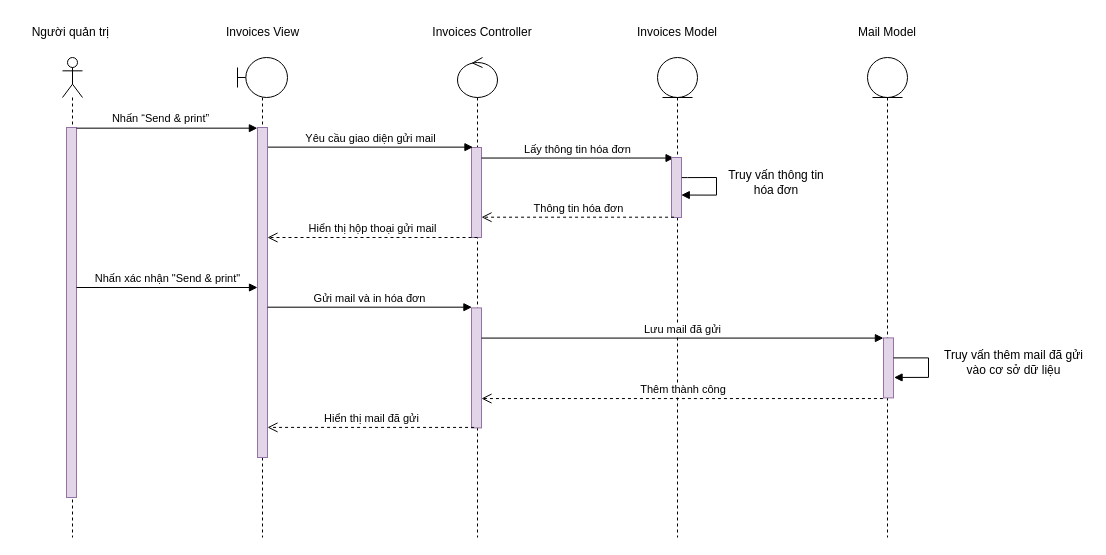
Earlier version of the draw.io diagram Nam3_HK1/CNPM_SoftTech/Sequence Diagrams/Minh Tuấn/SD_Gui&InHoaDon.drawio (EdgarIgnite16/SGU-Course). Source tidied: cells renumbered, new cells numbered last; positions are measured from the earlier drawing's top-left corner, leaving out a move shared by most shapes. Both pictures are drawn from the tidied source at 100%, with x=0, y=0 at pixel (17, 17).
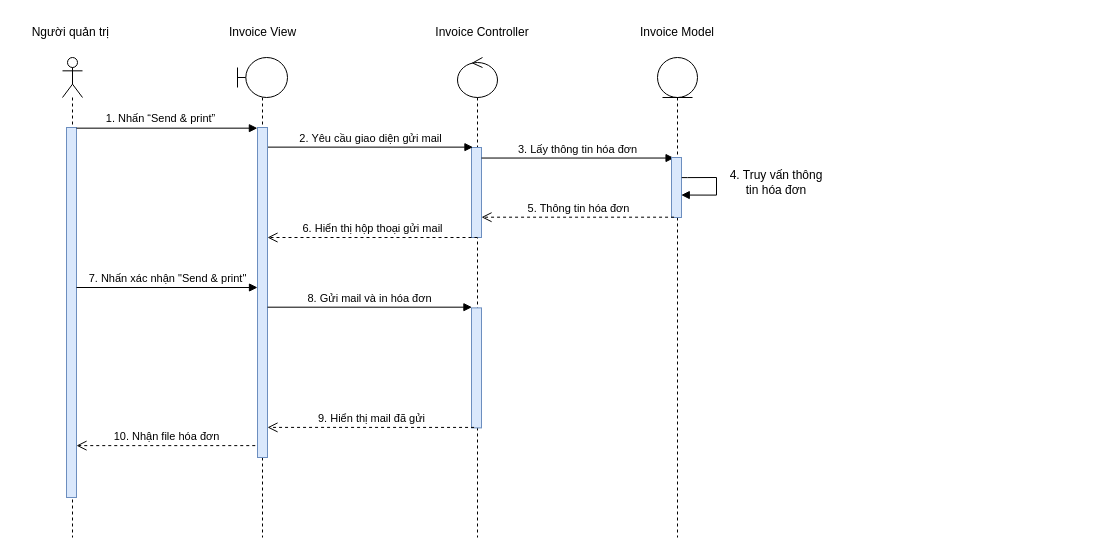
The same page after the edit.

The change refers to these unchanged cells:
```xml
<mxCell id="3" style="shape=umlLifeline;participant=umlControl;perimeter=lifelinePerimeter;whiteSpace=wrap;html=1;verticalAlign=top;spacingTop=36;" parent="1" vertex="1">
  <mxGeometry x="440" y="40" width="40" height="480" as="geometry" />
</mxCell>
<mxCell id="5" style="shape=umlLifeline;participant=umlActor;perimeter=lifelinePerimeter;whiteSpace=wrap;html=1;verticalAlign=top;spacingTop=36;" parent="1" vertex="1">
  <mxGeometry x="45" y="40" width="20" height="480" as="geometry" />
</mxCell>
<mxCell id="21" style="shape=umlLifeline;participant=umlBoundary;perimeter=lifelinePerimeter;whiteSpace=wrap;html=1;verticalAlign=top;spacingTop=36;" parent="1" vertex="1">
  <mxGeometry x="220" y="40" width="50" height="480" as="geometry" />
</mxCell>
```

The edit, as a diff of the source:
```diff
@@
-    <mxCell id="4" style="html=1;points=[];perimeter=orthogonalPerimeter;fillColor=#e1d5e7;strokeColor=#9673a6;" parent="3" vertex="1">
+    <mxCell id="4" style="html=1;points=[];perimeter=orthogonalPerimeter;fillColor=#dae8fc;strokeColor=#6c8ebf;" parent="3" vertex="1">
       <mxGeometry x="14" y="90" width="10" height="90" as="geometry" />
     </mxCell>
@@
-    <mxCell id="6" style="html=1;points=[];perimeter=orthogonalPerimeter;fillColor=#e1d5e7;strokeColor=#9673a6;" parent="5" vertex="1">
+    <mxCell id="6" style="html=1;points=[];perimeter=orthogonalPerimeter;fillColor=#dae8fc;strokeColor=#6c8ebf;" parent="5" vertex="1">
       <mxGeometry x="4" y="70" width="10" height="370" as="geometry" />
     </mxCell>
@@
-    <mxCell id="8" value="Invoices View" style="text;html=1;strokeColor=none;fillColor=none;align=center;verticalAlign=middle;whiteSpace=wrap;rounded=0;" parent="1" vertex="1">
+    <mxCell id="8" value="Invoice View" style="text;html=1;strokeColor=none;fillColor=none;align=center;verticalAlign=middle;whiteSpace=wrap;rounded=0;" parent="1" vertex="1">
       <mxGeometry x="202.5" width="85" height="30" as="geometry" />
     </mxCell>
-    <mxCell id="9" value="Invoices Controller" style="text;html=1;strokeColor=none;fillColor=none;align=center;verticalAlign=middle;whiteSpace=wrap;rounded=0;" parent="1" vertex="1">
+    <mxCell id="9" value="Invoice Controller" style="text;html=1;strokeColor=none;fillColor=none;align=center;verticalAlign=middle;whiteSpace=wrap;rounded=0;" parent="1" vertex="1">
       <mxGeometry x="410" width="110" height="30" as="geometry" />
     </mxCell>
-    <mxCell id="10" value="Invoices Model" style="text;html=1;strokeColor=none;fillColor=none;align=center;verticalAlign=middle;whiteSpace=wrap;rounded=0;" parent="1" vertex="1">
+    <mxCell id="10" value="Invoice Model" style="text;html=1;strokeColor=none;fillColor=none;align=center;verticalAlign=middle;whiteSpace=wrap;rounded=0;" parent="1" vertex="1">
       <mxGeometry x="610" width="100" height="30" as="geometry" />
     </mxCell>
-    <mxCell id="11" value="Nhấn “Send &amp;amp; print”" style="html=1;verticalAlign=bottom;endArrow=block;rounded=0;entryX=-0.01;entryY=0.002;entryDx=0;entryDy=0;entryPerimeter=0;" parent="1" edge="1" source="6" target="22">
+    <mxCell id="11" value="1. Nhấn “Send &amp;amp; print”" style="html=1;verticalAlign=bottom;endArrow=block;rounded=0;entryX=-0.01;entryY=0.002;entryDx=0;entryDy=0;entryPerimeter=0;" parent="1" edge="1" source="6" target="22">
       <mxGeometry x="-0.07" y="1" relative="1" as="geometry" />
     </mxCell>
-    <mxCell id="12" value="Yêu cầu giao diện gửi mail" style="html=1;verticalAlign=bottom;endArrow=block;rounded=0;entryX=0.145;entryY=-0.004;entryDx=0;entryDy=0;entryPerimeter=0;" parent="1" edge="1" source="22" target="4">
+    <mxCell id="12" value="2. Yêu cầu giao diện gửi mail" style="html=1;verticalAlign=bottom;endArrow=block;rounded=0;entryX=0.145;entryY=-0.004;entryDx=0;entryDy=0;entryPerimeter=0;" parent="1" edge="1" source="22" target="4">
       <mxGeometry relative="1" as="geometry" />
     </mxCell>
-    <mxCell id="13" value="Lấy thông tin hóa đơn" style="html=1;verticalAlign=bottom;endArrow=block;rounded=0;entryX=0.256;entryY=0.009;entryDx=0;entryDy=0;entryPerimeter=0;" parent="1" edge="1" source="4" target="14">
+    <mxCell id="13" value="3. Lấy thông tin hóa đơn" style="html=1;verticalAlign=bottom;endArrow=block;rounded=0;entryX=0.256;entryY=0.009;entryDx=0;entryDy=0;entryPerimeter=0;" parent="1" edge="1" source="4" target="14">
       <mxGeometry relative="1" as="geometry" />
     </mxCell>
-    <mxCell id="14" style="html=1;points=[];perimeter=orthogonalPerimeter;fillColor=#e1d5e7;strokeColor=#9673a6;" parent="1" vertex="1">
+    <mxCell id="14" style="html=1;points=[];perimeter=orthogonalPerimeter;fillColor=#dae8fc;strokeColor=#6c8ebf;" parent="1" vertex="1">
       <mxGeometry x="654" y="140" width="10" height="60" as="geometry" />
     </mxCell>
@@
-    <mxCell id="16" value="Truy vấn thông tin hóa đơn" style="text;html=1;strokeColor=none;fillColor=none;align=center;verticalAlign=middle;whiteSpace=wrap;rounded=0;" parent="1" vertex="1">
+    <mxCell id="16" value="4. Truy vấn thông tin hóa đơn" style="text;html=1;strokeColor=none;fillColor=none;align=center;verticalAlign=middle;whiteSpace=wrap;rounded=0;" parent="1" vertex="1">
       <mxGeometry x="709" y="150" width="100" height="30" as="geometry" />
     </mxCell>
-    <mxCell id="17" value="Thông tin hóa đơn" style="html=1;verticalAlign=bottom;endArrow=open;dashed=1;endSize=8;rounded=0;exitX=0.256;exitY=0.995;exitDx=0;exitDy=0;exitPerimeter=0;" parent="1" edge="1" source="14" target="4">
+    <mxCell id="17" value="5. Thông tin hóa đơn" style="html=1;verticalAlign=bottom;endArrow=open;dashed=1;endSize=8;rounded=0;exitX=0.256;exitY=0.995;exitDx=0;exitDy=0;exitPerimeter=0;" parent="1" edge="1" source="14" target="4">
       <mxGeometry relative="1" as="geometry" />
     </mxCell>
-    <mxCell id="18" value="Hiển thị hộp thoại gửi mail" style="html=1;verticalAlign=bottom;endArrow=open;dashed=1;endSize=8;rounded=0;exitX=0.6;exitY=1;exitDx=0;exitDy=0;exitPerimeter=0;" parent="1" edge="1" source="4" target="22">
+    <mxCell id="18" value="6. Hiển thị hộp thoại gửi mail" style="html=1;verticalAlign=bottom;endArrow=open;dashed=1;endSize=8;rounded=0;exitX=0.6;exitY=1;exitDx=0;exitDy=0;exitPerimeter=0;" parent="1" edge="1" source="4" target="22">
       <mxGeometry relative="1" as="geometry" />
     </mxCell>
-    <mxCell id="19" style="shape=umlLifeline;participant=umlEntity;perimeter=lifelinePerimeter;whiteSpace=wrap;html=1;verticalAlign=top;spacingTop=36;" parent="1" vertex="1">
-      <mxGeometry x="850" y="40" width="40" height="480" as="geometry" />
-    </mxCell>
-    <mxCell id="20" value="Mail Model" style="text;html=1;strokeColor=none;fillColor=none;align=center;verticalAlign=middle;whiteSpace=wrap;rounded=0;" parent="1" vertex="1">
-      <mxGeometry x="830" width="80" height="30" as="geometry" />
-    </mxCell>
@@
-    <mxCell id="22" style="html=1;points=[];perimeter=orthogonalPerimeter;fillColor=#e1d5e7;strokeColor=#9673a6;" parent="21" vertex="1">
+    <mxCell id="22" style="html=1;points=[];perimeter=orthogonalPerimeter;fillColor=#dae8fc;strokeColor=#6c8ebf;" parent="21" vertex="1">
       <mxGeometry x="20" y="70" width="10" height="330" as="geometry" />
     </mxCell>
-    <mxCell id="23" style="html=1;points=[];perimeter=orthogonalPerimeter;fillColor=#e1d5e7;strokeColor=#9673a6;" parent="1" vertex="1">
+    <mxCell id="23" style="html=1;points=[];perimeter=orthogonalPerimeter;fillColor=#dae8fc;strokeColor=#6c8ebf;" parent="1" vertex="1">
       <mxGeometry x="454" y="290.4" width="10" height="120" as="geometry" />
     </mxCell>
-    <mxCell id="24" value="Nhấn xác nhận &quot;Send &amp;amp; print&quot;" style="html=1;verticalAlign=bottom;endArrow=block;rounded=0;" parent="1" edge="1" target="22">
+    <mxCell id="24" value="7. Nhấn xác nhận &quot;Send &amp;amp; print&quot;" style="html=1;verticalAlign=bottom;endArrow=block;rounded=0;" parent="1" edge="1" target="22">
       <mxGeometry relative="1" as="geometry">
         <mxPoint x="59" y="270" as="sourcePoint" />
       </mxGeometry>
     </mxCell>
-    <mxCell id="25" value="Gửi mail và in hóa đơn" style="html=1;verticalAlign=bottom;endArrow=block;rounded=0;entryX=0.042;entryY=-0.006;entryDx=0;entryDy=0;entryPerimeter=0;" parent="1" edge="1" target="23">
+    <mxCell id="25" value="8. Gửi mail và in hóa đơn" style="html=1;verticalAlign=bottom;endArrow=block;rounded=0;entryX=0.042;entryY=-0.006;entryDx=0;entryDy=0;entryPerimeter=0;" parent="1" edge="1" target="23">
       <mxGeometry relative="1" as="geometry">
         <mxPoint x="250" y="289.7" as="sourcePoint" />
       </mxGeometry>
     </mxCell>
-    <mxCell id="26" value="Lưu mail đã gửi" style="html=1;verticalAlign=bottom;endArrow=block;rounded=0;entryX=-0.009;entryY=0.003;entryDx=0;entryDy=0;entryPerimeter=0;" parent="1" edge="1" source="23" target="27">
-      <mxGeometry relative="1" as="geometry" />
-    </mxCell>
-    <mxCell id="27" style="html=1;points=[];perimeter=orthogonalPerimeter;fillColor=#e1d5e7;strokeColor=#9673a6;" parent="1" vertex="1">
-      <mxGeometry x="866" y="320.4" width="10" height="60" as="geometry" />
-    </mxCell>
-    <mxCell id="28" style="edgeStyle=orthogonalEdgeStyle;html=1;align=left;spacingLeft=2;endArrow=block;rounded=0;entryX=1.056;entryY=0.659;entryDx=0;entryDy=0;entryPerimeter=0;" parent="1" edge="1" source="27" target="27">
-      <mxGeometry relative="1" as="geometry">
-        <Array as="points">
-          <mxPoint x="911" y="340.4" />
-          <mxPoint x="911" y="360.4" />
-        </Array>
-      </mxGeometry>
-    </mxCell>
-    <mxCell id="29" value="Truy vấn thêm mail đã gửi vào cơ sở dữ liệu" style="text;html=1;strokeColor=none;fillColor=none;align=center;verticalAlign=middle;whiteSpace=wrap;rounded=0;" parent="1" vertex="1">
-      <mxGeometry x="921" y="330.4" width="151" height="30" as="geometry" />
-    </mxCell>
-    <mxCell id="30" value="Hiển thị mail đã gửi" style="html=1;verticalAlign=bottom;endArrow=open;dashed=1;endSize=8;rounded=0;exitX=0.256;exitY=0.996;exitDx=0;exitDy=0;exitPerimeter=0;" parent="1" edge="1" source="23">
+    <mxCell id="30" value="9. Hiển thị mail đã gửi" style="html=1;verticalAlign=bottom;endArrow=open;dashed=1;endSize=8;rounded=0;exitX=0.256;exitY=0.996;exitDx=0;exitDy=0;exitPerimeter=0;" parent="1" edge="1" source="23">
       <mxGeometry relative="1" as="geometry">
         <mxPoint x="250" y="409.9" as="targetPoint" />
       </mxGeometry>
     </mxCell>
-    <mxCell id="31" value="&amp;nbsp;Thêm thành công" style="html=1;verticalAlign=bottom;endArrow=open;dashed=1;endSize=8;rounded=0;exitX=-0.055;exitY=1.011;exitDx=0;exitDy=0;exitPerimeter=0;" parent="1" edge="1" source="27" target="23">
-      <mxGeometry relative="1" as="geometry" />
-    </mxCell>
+    <mxCell id="32" value="10. Nhận file hóa đơn" style="html=1;verticalAlign=bottom;endArrow=open;dashed=1;endSize=8;rounded=0;exitX=-0.225;exitY=0.964;exitDx=0;exitDy=0;exitPerimeter=0;" parent="1" edge="1" source="22" target="6">
+      <mxGeometry relative="1" as="geometry" />
+    </mxCell>
```
